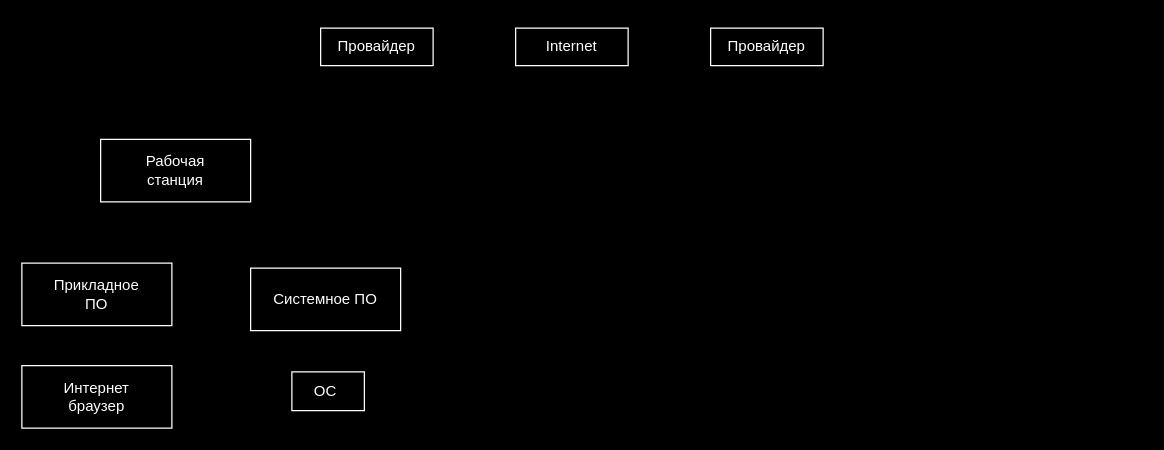
Before: Проектная модель СЭ ПС.drawio in hiff0/db-city-council, a draw.io diagram. Source tidied: cells renumbered, new cells numbered last; positions are measured from the earlier drawing's top-left corner, leaving out a move shared by most shapes. Both pictures are drawn from the tidied source at 125%, with x=0, y=0 at pixel (21, 28).
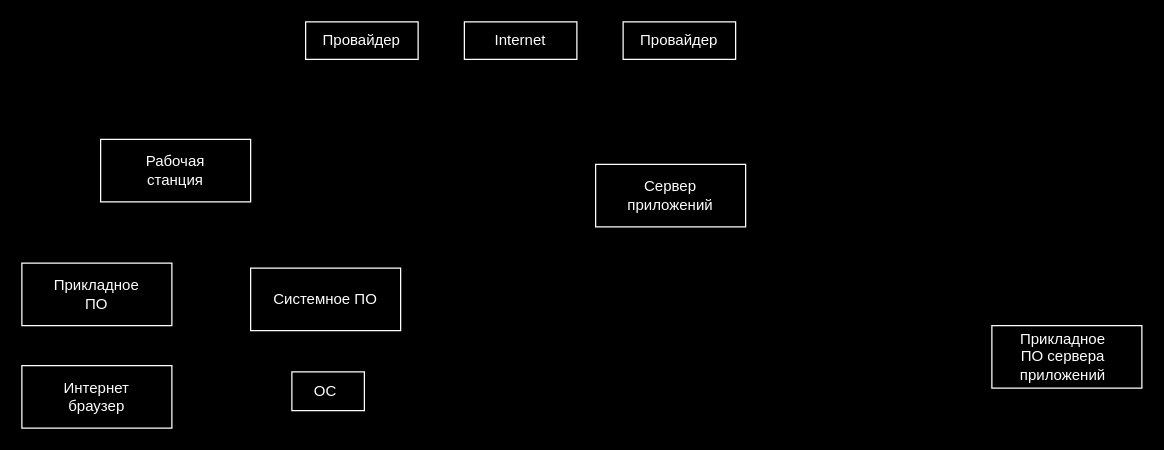
After the change.

Change to the diagram source:
```diff
@@
 <mxGraphModel background="#000000">
   <root>
     <mxCell id="0" />
     <mxCell id="1" parent="0" />
     <mxCell id="2" style="rounded=0;whiteSpace=wrap;html=1;strokeColor=#FFFFFF;fillColor=none;" parent="1" vertex="1">
       <mxGeometry y="270" width="120" height="50" as="geometry" />
     </mxCell>
     <mxCell id="3" value="&lt;font color=&quot;#ffffff&quot;&gt;Интернет браузер&lt;/font&gt;" style="text;html=1;align=center;verticalAlign=middle;whiteSpace=wrap;rounded=0;" parent="1" vertex="1">
       <mxGeometry x="15" y="280" width="90" height="30" as="geometry" />
     </mxCell>
     <mxCell id="4" style="rounded=0;whiteSpace=wrap;html=1;strokeColor=#FFFFFF;fillColor=none;" parent="1" vertex="1">
       <mxGeometry y="188" width="120" height="50" as="geometry" />
     </mxCell>
     <mxCell id="5" value="&lt;font color=&quot;#ffffff&quot;&gt;Прикладное ПО&lt;/font&gt;" style="text;html=1;align=center;verticalAlign=middle;whiteSpace=wrap;rounded=0;" parent="1" vertex="1">
       <mxGeometry x="15" y="198" width="90" height="30" as="geometry" />
     </mxCell>
     <mxCell id="6" style="rounded=0;whiteSpace=wrap;html=1;strokeColor=#FFFFFF;fillColor=none;" parent="1" vertex="1">
       <mxGeometry x="63" y="89" width="120" height="50" as="geometry" />
     </mxCell>
     <mxCell id="7" value="&lt;font color=&quot;#ffffff&quot;&gt;Рабочая станция&lt;/font&gt;" style="text;html=1;align=center;verticalAlign=middle;whiteSpace=wrap;rounded=0;" parent="1" vertex="1">
       <mxGeometry x="78" y="99" width="90" height="30" as="geometry" />
     </mxCell>
     <mxCell id="8" style="rounded=0;whiteSpace=wrap;html=1;strokeColor=#FFFFFF;fillColor=none;" parent="1" vertex="1">
       <mxGeometry x="183" y="192" width="120" height="50" as="geometry" />
     </mxCell>
     <mxCell id="9" value="&lt;font color=&quot;#ffffff&quot;&gt;Системное ПО&lt;/font&gt;" style="text;html=1;align=center;verticalAlign=middle;whiteSpace=wrap;rounded=0;" parent="1" vertex="1">
       <mxGeometry x="198" y="202" width="90" height="30" as="geometry" />
     </mxCell>
     <mxCell id="10" style="rounded=0;whiteSpace=wrap;html=1;strokeColor=#FFFFFF;fillColor=none;" parent="1" vertex="1">
       <mxGeometry x="216" y="275" width="58" height="31" as="geometry" />
     </mxCell>
     <mxCell id="11" value="&lt;font color=&quot;#ffffff&quot;&gt;ОС&lt;/font&gt;" style="text;html=1;align=center;verticalAlign=middle;whiteSpace=wrap;rounded=0;" parent="1" vertex="1">
       <mxGeometry x="198" y="276" width="90" height="30" as="geometry" />
     </mxCell>
     <mxCell id="12" value="&lt;font color=&quot;#ffffff&quot;&gt;Провайдер&lt;/font&gt;" style="text;html=1;align=center;verticalAlign=middle;whiteSpace=wrap;rounded=0;strokeColor=#FFFFFF;" parent="1" vertex="1">
-      <mxGeometry x="239" width="90" height="30" as="geometry" />
+      <mxGeometry x="227" y="-5" width="90" height="30" as="geometry" />
     </mxCell>
     <mxCell id="13" value="&lt;font color=&quot;#ffffff&quot;&gt;Провайдер&lt;/font&gt;" style="text;html=1;align=center;verticalAlign=middle;whiteSpace=wrap;rounded=0;strokeColor=#FFFFFF;" parent="1" vertex="1">
-      <mxGeometry x="551" width="90" height="30" as="geometry" />
+      <mxGeometry x="481" y="-5" width="90" height="30" as="geometry" />
     </mxCell>
     <mxCell id="14" value="&lt;font color=&quot;#ffffff&quot;&gt;Internet&lt;/font&gt;" style="text;html=1;align=center;verticalAlign=middle;whiteSpace=wrap;rounded=0;strokeColor=#FFFFFF;" parent="1" vertex="1">
-      <mxGeometry x="395" width="90" height="30" as="geometry" />
+      <mxGeometry x="354" y="-5" width="90" height="30" as="geometry" />
     </mxCell>
+    <mxCell id="15" style="rounded=0;whiteSpace=wrap;html=1;strokeColor=#FFFFFF;fillColor=none;" parent="1" vertex="1">
+      <mxGeometry x="459" y="109" width="120" height="50" as="geometry" />
+    </mxCell>
+    <mxCell id="16" value="&lt;font color=&quot;#ffffff&quot;&gt;Сервер приложений&lt;/font&gt;" style="text;html=1;align=center;verticalAlign=middle;whiteSpace=wrap;rounded=0;" parent="1" vertex="1">
+      <mxGeometry x="474" y="119" width="90" height="30" as="geometry" />
+    </mxCell>
+    <mxCell id="17" style="rounded=0;whiteSpace=wrap;html=1;strokeColor=#FFFFFF;fillColor=none;" parent="1" vertex="1">
+      <mxGeometry x="776" y="238" width="120" height="50" as="geometry" />
+    </mxCell>
+    <mxCell id="18" value="&lt;font color=&quot;#ffffff&quot;&gt;Прикладное ПО сервера приложений&lt;/font&gt;" style="text;html=1;align=center;verticalAlign=middle;whiteSpace=wrap;rounded=0;" parent="1" vertex="1">
+      <mxGeometry x="788" y="248" width="90" height="30" as="geometry" />
+    </mxCell>
   </root>
 </mxGraphModel>
```
